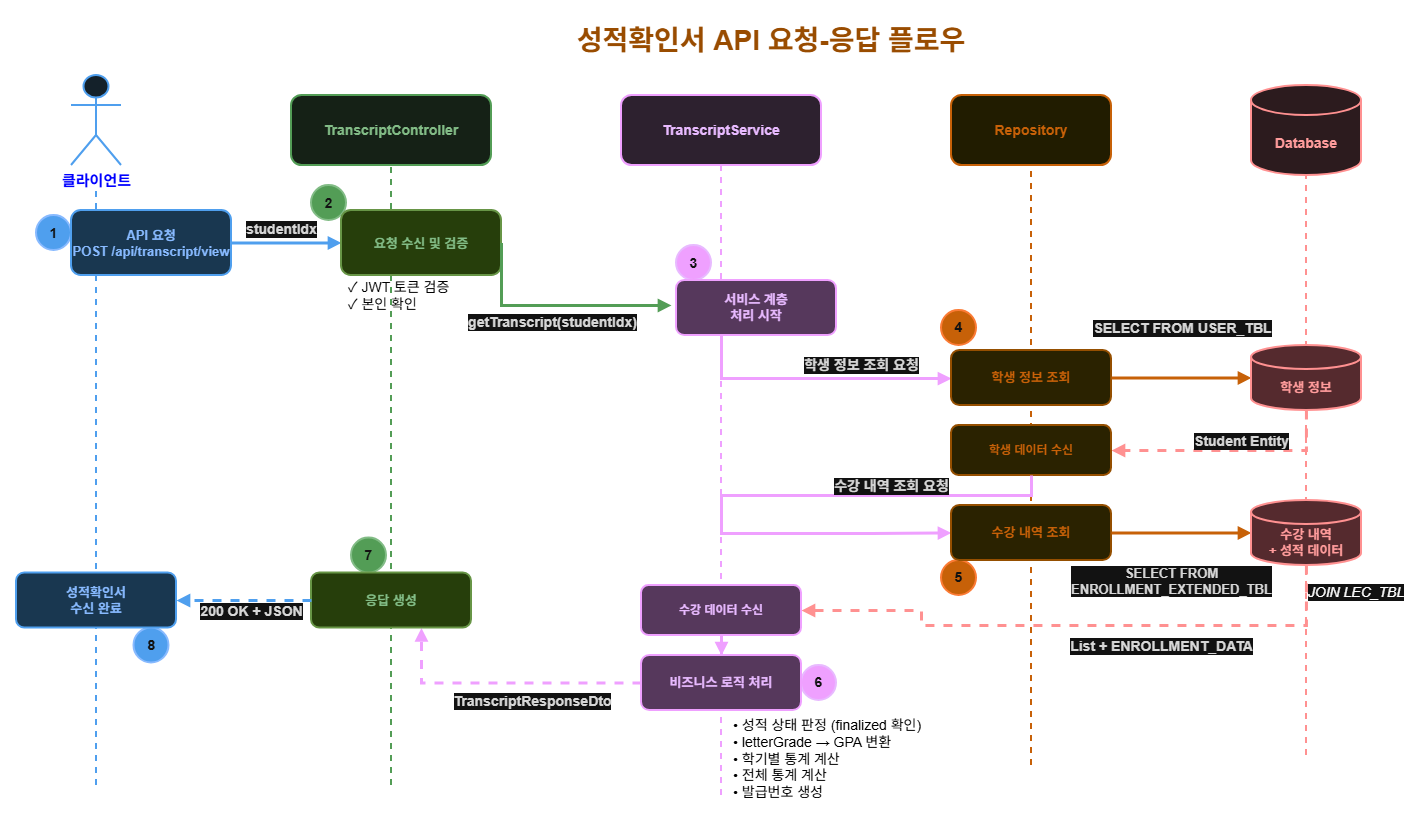
Earlier version of the draw.io export backend/BlueCrab/docs/강의관련문서-신판/PPT용 다이어그램/성적확인서 API/02-API-요청응답-플로우.drawio.png (hooting76/blue-crab-lms). Source tidied: cells renumbered, new cells last; positions are measured from the earlier drawing's top-left corner, leaving out a move shared by most shapes.
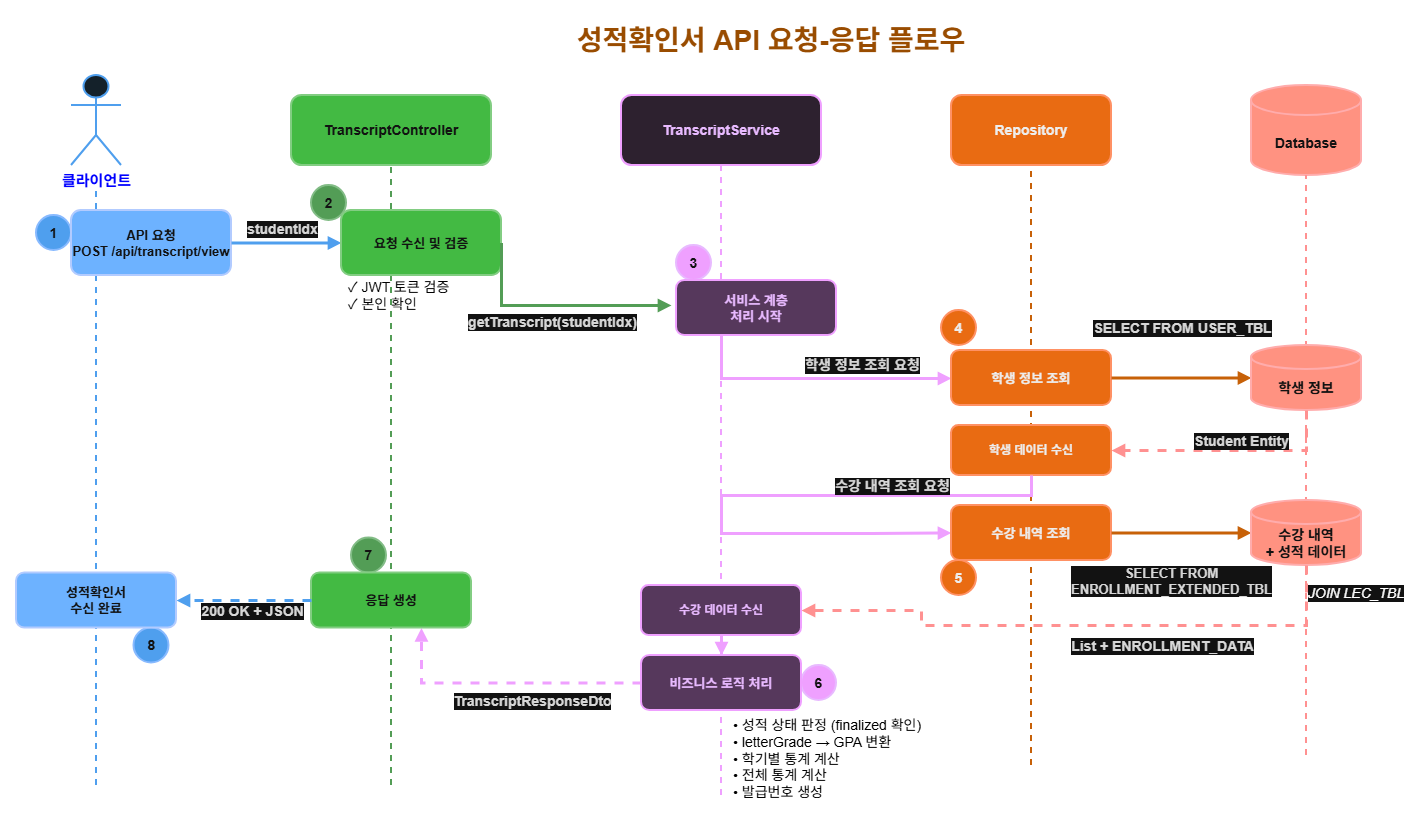
Above is the later version.

Change to the diagram source:
```diff
@@ -8,16 +8,16 @@
     <mxCell id="3" value="클라이언트" style="shape=umlActor;verticalLabelPosition=bottom;verticalAlign=top;html=1;fillColor=#E3F2FD;strokeColor=#1976D2;strokeWidth=2;fontColor=light-dark(#0D47A1,#0000FF);fontSize=15;fontStyle=1;" parent="1" vertex="1">
       <mxGeometry x="55" y="60" width="50" height="90" as="geometry" />
     </mxCell>
-    <mxCell id="4" value="TranscriptController" style="rounded=1;whiteSpace=wrap;html=1;fillColor=#E8F5E9;strokeColor=#388E3C;strokeWidth=2;fontColor=#1B5E20;fontSize=14;fontStyle=1;" parent="1" vertex="1">
+    <mxCell id="4" value="TranscriptController" style="rounded=1;whiteSpace=wrap;html=1;fillColor=#008a00;strokeColor=#005700;strokeWidth=2;fontColor=#ffffff;fontSize=14;fontStyle=1;" parent="1" vertex="1">
       <mxGeometry x="275" y="80" width="200" height="70" as="geometry" />
     </mxCell>
     <mxCell id="5" value="TranscriptService" style="rounded=1;whiteSpace=wrap;html=1;fillColor=#F3E5F5;strokeColor=#7B1FA2;strokeWidth=2;fontColor=#4A148C;fontSize=14;fontStyle=1;" parent="1" vertex="1">
       <mxGeometry x="605" y="80" width="200" height="70" as="geometry" />
     </mxCell>
-    <mxCell id="6" value="Repository" style="rounded=1;whiteSpace=wrap;html=1;fillColor=#FFF9C4;strokeColor=#F57F17;strokeWidth=2;fontColor=#F57F17;fontSize=14;fontStyle=1;" parent="1" vertex="1">
+    <mxCell id="6" value="Repository" style="rounded=1;whiteSpace=wrap;html=1;fillColor=#fa6800;strokeColor=#C73500;strokeWidth=2;fontColor=#000000;fontSize=14;fontStyle=1;" parent="1" vertex="1">
       <mxGeometry x="935" y="80" width="160" height="70" as="geometry" />
     </mxCell>
-    <mxCell id="7" value="Database" style="shape=cylinder3;whiteSpace=wrap;html=1;boundedLbl=1;backgroundOutline=1;size=15;fillColor=#FFEBEE;strokeColor=#C62828;strokeWidth=2;fontColor=#B71C1C;fontSize=14;fontStyle=1;" parent="1" vertex="1">
+    <mxCell id="7" value="Database" style="shape=cylinder3;whiteSpace=wrap;html=1;boundedLbl=1;backgroundOutline=1;size=15;fillColor=#e51400;strokeColor=#B20000;strokeWidth=2;fontColor=#ffffff;fontSize=14;fontStyle=1;" parent="1" vertex="1">
       <mxGeometry x="1235" y="70" width="110" height="90" as="geometry" />
     </mxCell>
     <mxCell id="8" style="endArrow=none;dashed=1;html=1;strokeWidth=2;strokeColor=#1976D2;" parent="1" edge="1">
@@ -52,7 +52,7 @@
     <mxCell id="13" value="1" style="ellipse;whiteSpace=wrap;html=1;fillColor=#1976D2;strokeColor=#0D47A1;strokeWidth=2;fontColor=#FFFFFF;fontSize=14;fontStyle=1;" parent="1" vertex="1">
       <mxGeometry x="20" y="200" width="35" height="35" as="geometry" />
     </mxCell>
-    <mxCell id="14" value="API 요청&#10;POST /api/transcript/view" style="rounded=1;whiteSpace=wrap;html=1;fillColor=#BBDEFB;strokeColor=#1976D2;strokeWidth=2;fontColor=#0D47A1;fontSize=13;fontStyle=1;" parent="1" vertex="1">
+    <mxCell id="14" value="API 요청&#10;POST /api/transcript/view" style="rounded=1;whiteSpace=wrap;html=1;fillColor=#0050ef;strokeColor=#001DBC;strokeWidth=2;fontColor=#ffffff;fontSize=13;fontStyle=1;" parent="1" vertex="1">
       <mxGeometry x="55" y="195" width="160" height="65" as="geometry" />
     </mxCell>
     <mxCell id="15" style="edgeStyle=orthogonalEdgeStyle;rounded=0;jettySize=auto;html=1;strokeWidth=3;strokeColor=#1976D2;endArrow=block;endFill=1;" parent="1" edge="1" source="14" target="18">
@@ -66,7 +66,7 @@
     <mxCell id="17" value="2" style="ellipse;whiteSpace=wrap;html=1;fillColor=#388E3C;strokeColor=#1B5E20;strokeWidth=2;fontColor=#FFFFFF;fontSize=14;fontStyle=1;" parent="1" vertex="1">
       <mxGeometry x="295" y="170" width="35" height="35" as="geometry" />
     </mxCell>
-    <mxCell id="18" value="요청 수신 및 검증" style="rounded=1;whiteSpace=wrap;html=1;fillColor=#C5E1A5;strokeColor=#558B2F;strokeWidth=2;fontColor=#1B5E20;fontSize=13;fontStyle=1;" parent="1" vertex="1">
+    <mxCell id="18" value="요청 수신 및 검증" style="rounded=1;whiteSpace=wrap;html=1;fillColor=#008a00;strokeColor=#005700;strokeWidth=2;fontColor=#ffffff;fontSize=13;fontStyle=1;" parent="1" vertex="1">
       <mxGeometry x="325" y="195" width="160" height="65" as="geometry" />
     </mxCell>
     <mxCell id="19" value="✓ JWT 토큰 검증&#10;✓ 본인 확인" style="text;html=1;strokeColor=none;fillColor=none;align=left;verticalAlign=middle;whiteSpace=wrap;rounded=0;fontSize=14;fontColor=light-dark(#000000,#000000);labelBackgroundColor=none;" parent="1" vertex="1">
@@ -91,7 +91,7 @@
     <mxCell id="23" value="서비스 계층&#10;처리 시작" style="rounded=1;whiteSpace=wrap;html=1;fillColor=#E1BEE7;strokeColor=#7B1FA2;strokeWidth=2;fontColor=#4A148C;fontSize=13;fontStyle=1;" parent="1" vertex="1">
       <mxGeometry x="660" y="265" width="160" height="55" as="geometry" />
     </mxCell>
-    <mxCell id="24" value="4" style="ellipse;whiteSpace=wrap;html=1;fillColor=#F57F17;strokeColor=#E65100;strokeWidth=2;fontColor=#FFFFFF;fontSize=14;fontStyle=1;" parent="1" vertex="1">
+    <mxCell id="24" value="4" style="ellipse;whiteSpace=wrap;html=1;fillColor=#fa6800;strokeColor=#C73500;strokeWidth=2;fontColor=#000000;fontSize=14;fontStyle=1;" parent="1" vertex="1">
       <mxGeometry x="925" y="295" width="35" height="35" as="geometry" />
     </mxCell>
     <mxCell id="25" style="edgeStyle=orthogonalEdgeStyle;rounded=0;jettySize=auto;html=1;strokeWidth=3;strokeColor=#7B1FA2;endArrow=block;endFill=1;" parent="1" edge="1" source="23" target="27">
@@ -106,7 +106,7 @@
         <mxPoint x="60" y="-12" as="offset" />
       </mxGeometry>
     </mxCell>
-    <mxCell id="27" value="학생 정보 조회" style="rounded=1;whiteSpace=wrap;html=1;fillColor=#FFF59D;strokeColor=#F9A825;strokeWidth=2;fontColor=#F57F17;fontSize=13;fontStyle=1;" parent="1" vertex="1">
+    <mxCell id="27" value="학생 정보 조회" style="rounded=1;whiteSpace=wrap;html=1;fillColor=#fa6800;strokeColor=#C73500;strokeWidth=2;fontColor=#000000;fontSize=13;fontStyle=1;" parent="1" vertex="1">
       <mxGeometry x="935" y="335" width="160" height="55" as="geometry" />
     </mxCell>
     <mxCell id="28" style="edgeStyle=orthogonalEdgeStyle;rounded=0;jettySize=auto;html=1;strokeWidth=3;strokeColor=#F57F17;endArrow=block;endFill=1;" parent="1" edge="1" source="27" target="30">
@@ -117,7 +117,7 @@
         <mxPoint x="7" y="-48" as="offset" />
       </mxGeometry>
     </mxCell>
-    <mxCell id="30" value="학생 정보" style="shape=cylinder3;whiteSpace=wrap;html=1;boundedLbl=1;backgroundOutline=1;size=12;fillColor=#FFCDD2;strokeColor=#C62828;strokeWidth=2;fontColor=#B71C1C;fontSize=13;fontStyle=1;" parent="1" vertex="1">
+    <mxCell id="30" value="학생 정보" style="shape=cylinder3;whiteSpace=wrap;html=1;boundedLbl=1;backgroundOutline=1;size=12;fillColor=#e51400;strokeColor=#B20000;strokeWidth=2;fontColor=#ffffff;fontSize=14;fontStyle=1;" parent="1" vertex="1">
       <mxGeometry x="1235" y="330" width="110" height="65" as="geometry" />
     </mxCell>
     <mxCell id="31" style="edgeStyle=orthogonalEdgeStyle;rounded=0;jettySize=auto;html=1;strokeWidth=3;strokeColor=#C62828;endArrow=block;endFill=1;dashed=1;entryX=1;entryY=0.5;entryDx=0;entryDy=0;" parent="1" edge="1" source="30" target="33">
@@ -132,10 +132,10 @@
         <mxPoint y="-12" as="offset" />
       </mxGeometry>
     </mxCell>
-    <mxCell id="33" value="학생 데이터 수신" style="rounded=1;whiteSpace=wrap;html=1;fillColor=#FFF59D;strokeColor=#F9A825;strokeWidth=2;fontColor=#F57F17;fontSize=12;fontStyle=1;" parent="1" vertex="1">
+    <mxCell id="33" value="학생 데이터 수신" style="rounded=1;whiteSpace=wrap;html=1;fillColor=#fa6800;strokeColor=#C73500;strokeWidth=2;fontColor=#000000;fontSize=12;fontStyle=1;" parent="1" vertex="1">
       <mxGeometry x="935" y="410" width="160" height="50" as="geometry" />
     </mxCell>
-    <mxCell id="34" value="5" style="ellipse;whiteSpace=wrap;html=1;fillColor=#F57F17;strokeColor=#E65100;strokeWidth=2;fontColor=#FFFFFF;fontSize=14;fontStyle=1;" parent="1" vertex="1">
+    <mxCell id="34" value="5" style="ellipse;whiteSpace=wrap;html=1;fillColor=#fa6800;strokeColor=#C73500;strokeWidth=2;fontColor=#000000;fontSize=14;fontStyle=1;" parent="1" vertex="1">
       <mxGeometry x="925" y="545" width="35" height="35" as="geometry" />
     </mxCell>
     <mxCell id="35" style="edgeStyle=orthogonalEdgeStyle;rounded=0;jettySize=auto;html=1;strokeWidth=3;strokeColor=#7B1FA2;endArrow=block;endFill=1;entryX=0;entryY=0.5;entryDx=0;entryDy=0;" parent="1" edge="1" source="33" target="37">
@@ -153,7 +153,7 @@
         <mxPoint x="109" y="-12" as="offset" />
       </mxGeometry>
     </mxCell>
-    <mxCell id="37" value="수강 내역 조회" style="rounded=1;whiteSpace=wrap;html=1;fillColor=#FFF59D;strokeColor=#F9A825;strokeWidth=2;fontColor=#F57F17;fontSize=13;fontStyle=1;" parent="1" vertex="1">
+    <mxCell id="37" value="수강 내역 조회" style="rounded=1;whiteSpace=wrap;html=1;fillColor=#fa6800;strokeColor=#C73500;strokeWidth=2;fontColor=#000000;fontSize=13;fontStyle=1;" parent="1" vertex="1">
       <mxGeometry x="935" y="490" width="160" height="55" as="geometry" />
     </mxCell>
     <mxCell id="38" style="edgeStyle=orthogonalEdgeStyle;rounded=0;jettySize=auto;html=1;strokeWidth=3;strokeColor=#F57F17;endArrow=block;endFill=1;" parent="1" edge="1" source="37" target="40">
@@ -164,7 +164,7 @@
         <mxPoint x="-4" y="50" as="offset" />
       </mxGeometry>
     </mxCell>
-    <mxCell id="40" value="수강 내역&#10;+ 성적 데이터" style="shape=cylinder3;whiteSpace=wrap;html=1;boundedLbl=1;backgroundOutline=1;size=12;fillColor=#FFCDD2;strokeColor=#C62828;strokeWidth=2;fontColor=#B71C1C;fontSize=13;fontStyle=1;" parent="1" vertex="1">
+    <mxCell id="40" value="수강 내역&#10;+ 성적 데이터" style="shape=cylinder3;whiteSpace=wrap;html=1;boundedLbl=1;backgroundOutline=1;size=12;fillColor=#e51400;strokeColor=#B20000;strokeWidth=2;fontColor=#ffffff;fontSize=14;fontStyle=1;" parent="1" vertex="1">
       <mxGeometry x="1235" y="485" width="110" height="65" as="geometry" />
     </mxCell>
     <mxCell id="41" value="JOIN LEC_TBL" style="text;html=1;strokeColor=none;fillColor=none;align=center;verticalAlign=middle;whiteSpace=wrap;rounded=0;fontSize=14;fontColor=light-dark(#FFFFFF,#FFFFFF);fontStyle=2;labelBackgroundColor=default;" parent="1" vertex="1">
@@ -217,7 +217,7 @@
     <mxCell id="52" style="edgeStyle=orthogonalEdgeStyle;rounded=0;jettySize=auto;html=1;" parent="1" edge="1" source="53" target="57">
       <mxGeometry relative="1" as="geometry" />
     </mxCell>
-    <mxCell id="53" value="응답 생성" style="rounded=1;whiteSpace=wrap;html=1;fillColor=#C5E1A5;strokeColor=#558B2F;strokeWidth=2;fontColor=#1B5E20;fontSize=13;fontStyle=1;" parent="1" vertex="1">
+    <mxCell id="53" value="응답 생성" style="rounded=1;whiteSpace=wrap;html=1;fillColor=#008a00;strokeColor=#005700;strokeWidth=2;fontColor=#ffffff;fontSize=13;fontStyle=1;" parent="1" vertex="1">
       <mxGeometry x="295" y="557.5" width="160" height="55" as="geometry" />
     </mxCell>
     <mxCell id="54" value="8" style="ellipse;whiteSpace=wrap;html=1;fillColor=#1976D2;strokeColor=#0D47A1;strokeWidth=2;fontColor=#FFFFFF;fontSize=14;fontStyle=1;" parent="1" vertex="1">
@@ -231,7 +231,7 @@
         <mxPoint x="1" y="8" as="offset" />
       </mxGeometry>
     </mxCell>
-    <mxCell id="57" value="성적확인서&#10;수신 완료" style="rounded=1;whiteSpace=wrap;html=1;fillColor=#BBDEFB;strokeColor=#1976D2;strokeWidth=2;fontColor=#0D47A1;fontSize=13;fontStyle=1;" parent="1" vertex="1">
+    <mxCell id="57" value="성적확인서&#10;수신 완료" style="rounded=1;whiteSpace=wrap;html=1;fillColor=#0050ef;strokeColor=#001DBC;strokeWidth=2;fontColor=#ffffff;fontSize=13;fontStyle=1;" parent="1" vertex="1">
       <mxGeometry y="557.5" width="160" height="55" as="geometry" />
     </mxCell>
   </root>
```
